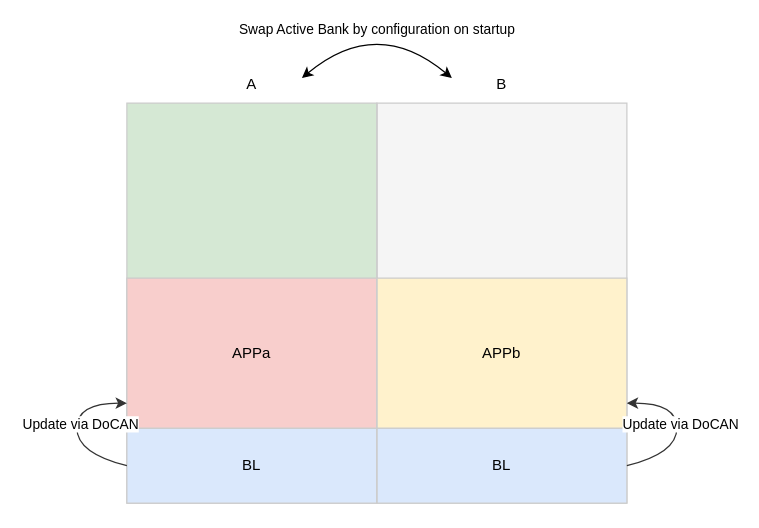
Above: ota.drawio in hehenihao/chart (draw.io), before the change. Source tidied: cells renumbered, new cells numbered last; positions are measured from the earlier drawing's top-left corner, leaving out a move shared by most shapes. Both pictures are drawn from the tidied source at 125%, with x=0, y=0 at pixel (76, 15).
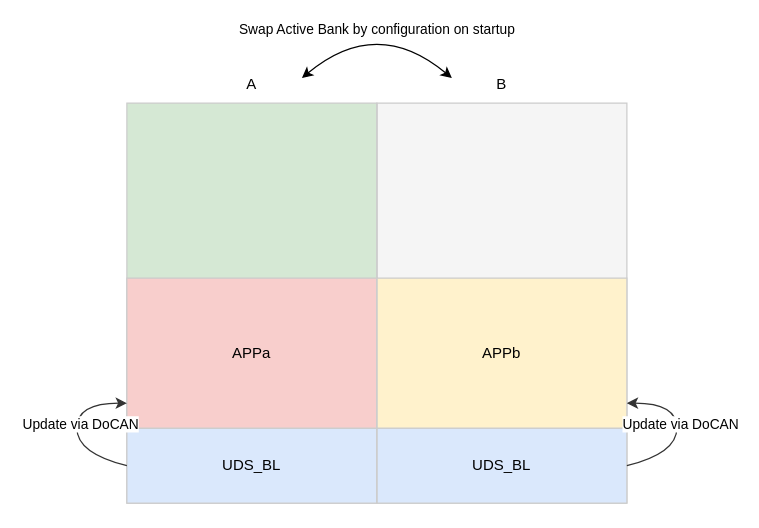
The same page after the edit.

What changed in the source:
```diff
@@
-    <mxCell id="6" value="BL" style="rounded=0;whiteSpace=wrap;html=1;strokeColor=#CCCCCC;fillColor=#dae8fc;" parent="1" vertex="1">
+    <mxCell id="6" value="UDS_BL" style="rounded=0;whiteSpace=wrap;html=1;strokeColor=#CCCCCC;fillColor=#dae8fc;" parent="1" vertex="1">
       <mxGeometry x="40" y="330" width="200" height="60" as="geometry" />
     </mxCell>
@@
-    <mxCell id="8" value="BL" style="rounded=0;whiteSpace=wrap;html=1;strokeColor=#CCCCCC;fillColor=#dae8fc;" parent="1" vertex="1">
+    <mxCell id="8" value="UDS_BL" style="rounded=0;whiteSpace=wrap;html=1;strokeColor=#CCCCCC;fillColor=#dae8fc;" parent="1" vertex="1">
       <mxGeometry x="240" y="330" width="200" height="60" as="geometry" />
     </mxCell>
```
